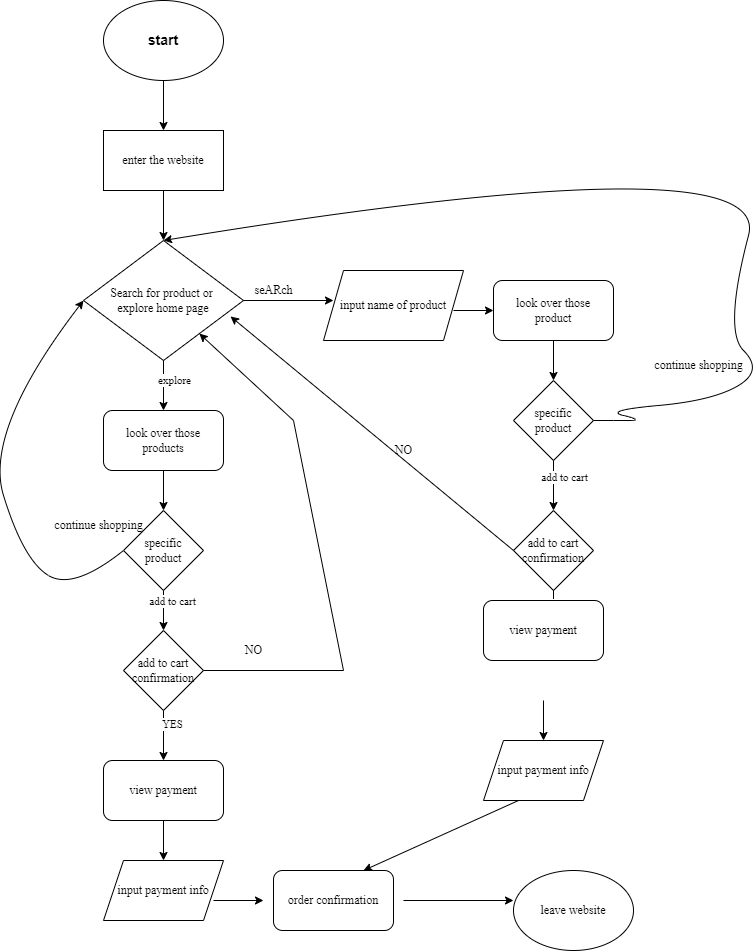
This is explore/diagramming/diagram.drawio.png from devPach4545/sp24-cse110-lab4, a draw.io export, as it was before one commit. Source tidied: cells renumbered, new cells last; positions are measured from the earlier drawing's top-left corner, leaving out a move shared by most shapes.
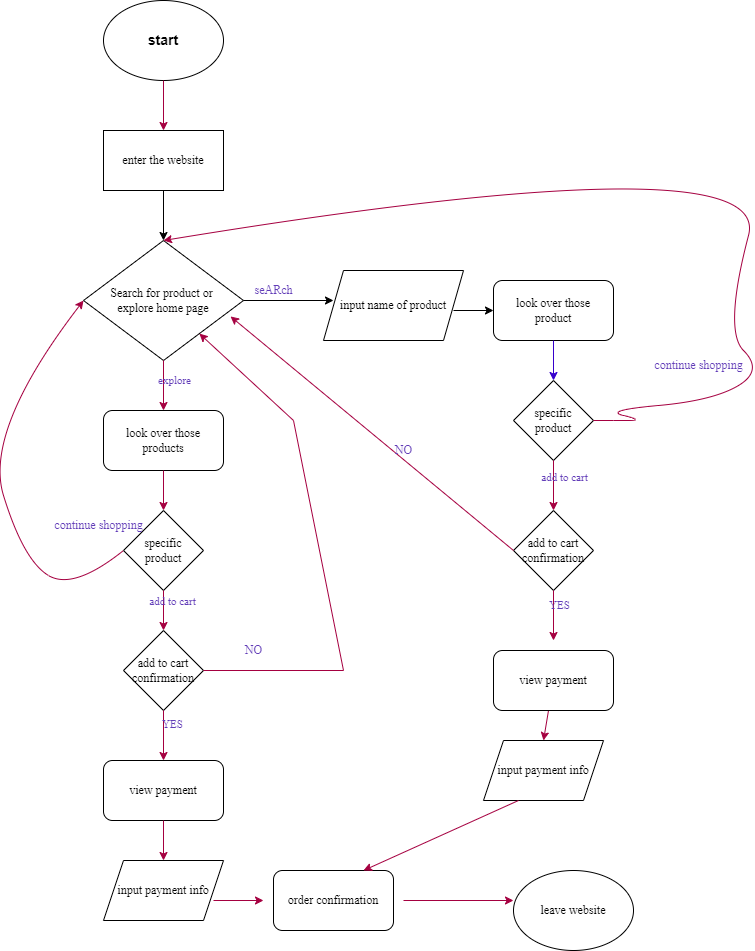
The same file after the commit.

What changed in the source:
```diff
@@ -1,11 +1,11 @@
-<mxGraphModel>
+<mxGraphModel background="#ffffff">
   <root>
     <mxCell id="0" />
     <mxCell id="1" parent="0" />
     <mxCell id="2" value="&lt;h3&gt;start&lt;/h3&gt;" style="ellipse;whiteSpace=wrap;html=1;" parent="1" vertex="1">
       <mxGeometry x="120" width="120" height="80" as="geometry" />
     </mxCell>
-    <mxCell id="3" style="endArrow=classic;html=1;" parent="1" edge="1">
+    <mxCell id="3" style="endArrow=classic;html=1;fillColor=#d80073;strokeColor=#A50040;" parent="1" edge="1">
       <mxGeometry relative="1" as="geometry">
         <mxPoint x="180" y="80" as="sourcePoint" />
         <mxPoint x="180" y="130" as="targetPoint" />
@@ -23,13 +23,13 @@
     <mxCell id="6" value="Search for product or&amp;nbsp;&lt;br&gt;explore home page" style="rhombus;whiteSpace=wrap;html=1;fontFamily=Times New Roman;" parent="1" vertex="1">
       <mxGeometry x="100" y="240" width="160" height="120" as="geometry" />
     </mxCell>
-    <mxCell id="7" style="endArrow=classic;html=1;fontFamily=Times New Roman;" parent="1" edge="1">
+    <mxCell id="7" style="endArrow=classic;html=1;fontFamily=Times New Roman;fillColor=#d80073;strokeColor=#A50040;" parent="1" edge="1">
       <mxGeometry relative="1" as="geometry">
         <mxPoint x="180" y="360" as="sourcePoint" />
         <mxPoint x="180" y="410" as="targetPoint" />
       </mxGeometry>
     </mxCell>
-    <mxCell id="8" value="explore&lt;br&gt;" style="edgeLabel;html=1;align=center;verticalAlign=middle;fontFamily=Times New Roman;" parent="7" vertex="1">
+    <mxCell id="8" value="explore&lt;br&gt;" style="edgeLabel;html=1;align=center;verticalAlign=middle;fontFamily=Times New Roman;fontColor=#623db8;labelBackgroundColor=none;" parent="7" vertex="1">
       <mxGeometry x="-0.24" y="10" relative="1" as="geometry" />
     </mxCell>
     <mxCell id="9" style="endArrow=classic;html=1;fontFamily=Times New Roman;" parent="1" edge="1">
@@ -38,7 +38,7 @@
         <mxPoint x="350" y="300" as="targetPoint" />
       </mxGeometry>
     </mxCell>
-    <mxCell id="10" value="seARch&lt;br&gt;" style="text;html=1;align=center;verticalAlign=middle;strokeColor=none;fillColor=none;fontFamily=Times New Roman;" parent="1" vertex="1">
+    <mxCell id="10" value="seARch&lt;br&gt;" style="text;html=1;align=center;verticalAlign=middle;strokeColor=none;fillColor=none;fontFamily=Times New Roman;fontColor=#623db8;labelBackgroundColor=none;" parent="1" vertex="1">
       <mxGeometry x="260" y="275" width="60" height="30" as="geometry" />
     </mxCell>
     <mxCell id="11" value="input name of product" style="shape=parallelogram;perimeter=parallelogramPerimeter;whiteSpace=wrap;html=1;fixedSize=1;fontFamily=Times New Roman;" parent="1" vertex="1">
@@ -53,7 +53,7 @@
     <mxCell id="13" value="look over those&lt;br&gt;product" style="rounded=1;whiteSpace=wrap;html=1;fontFamily=Times New Roman;" parent="1" vertex="1">
       <mxGeometry x="510" y="280" width="120" height="60" as="geometry" />
     </mxCell>
-    <mxCell id="14" style="endArrow=classic;html=1;fontFamily=Times New Roman;" parent="1" edge="1">
+    <mxCell id="14" style="endArrow=classic;html=1;fontFamily=Times New Roman;fillColor=#6a00ff;strokeColor=#3700CC;" parent="1" edge="1">
       <mxGeometry relative="1" as="geometry">
         <mxPoint x="570" y="340" as="sourcePoint" />
         <mxPoint x="570" y="380" as="targetPoint" />
@@ -68,21 +68,21 @@
     <mxCell id="17" value="specific&lt;br&gt;product" style="rhombus;whiteSpace=wrap;html=1;fontFamily=Times New Roman;" parent="1" vertex="1">
       <mxGeometry x="140" y="510" width="80" height="80" as="geometry" />
     </mxCell>
-    <mxCell id="18" style="endArrow=classic;html=1;fontFamily=Times New Roman;entryX=0.5;entryY=0;entryDx=0;entryDy=0;" parent="1" edge="1" target="17">
+    <mxCell id="18" style="endArrow=classic;html=1;fontFamily=Times New Roman;entryX=0.5;entryY=0;entryDx=0;entryDy=0;fillColor=#d80073;strokeColor=#A50040;" parent="1" edge="1" target="17">
       <mxGeometry relative="1" as="geometry">
         <mxPoint x="180" y="470" as="sourcePoint" />
       </mxGeometry>
     </mxCell>
-    <mxCell id="19" style="endArrow=classic;html=1;fontFamily=Times New Roman;" parent="1" edge="1">
+    <mxCell id="19" style="endArrow=classic;html=1;fontFamily=Times New Roman;fillColor=#d80073;strokeColor=#A50040;" parent="1" edge="1">
       <mxGeometry relative="1" as="geometry">
         <mxPoint x="180" y="590" as="sourcePoint" />
         <mxPoint x="180" y="630" as="targetPoint" />
       </mxGeometry>
     </mxCell>
-    <mxCell id="20" value="add to cart" style="edgeLabel;html=1;align=center;verticalAlign=middle;fontFamily=Times New Roman;" parent="19" vertex="1">
+    <mxCell id="20" value="add to cart" style="edgeLabel;html=1;align=center;verticalAlign=middle;fontFamily=Times New Roman;fontColor=#623db8;labelBackgroundColor=none;" parent="19" vertex="1">
       <mxGeometry x="-0.5" y="8" relative="1" as="geometry" />
     </mxCell>
-    <mxCell id="21" style="endArrow=classic;html=1;fontFamily=Times New Roman;" parent="1" edge="1">
+    <mxCell id="21" style="endArrow=classic;html=1;fontFamily=Times New Roman;fillColor=#d80073;strokeColor=#A50040;" parent="1" edge="1">
       <mxGeometry relative="1" as="geometry">
         <mxPoint x="570" y="460" as="sourcePoint" />
         <mxPoint x="570" y="510" as="targetPoint" />
@@ -93,13 +93,13 @@
         <mxPoint x="-8" y="76" as="offset" />
       </mxGeometry>
     </mxCell>
-    <mxCell id="23" value="add to cart" style="edgeLabel;html=1;align=center;verticalAlign=middle;fontFamily=Times New Roman;" parent="21" vertex="1">
+    <mxCell id="23" value="add to cart" style="edgeLabel;html=1;align=center;verticalAlign=middle;fontFamily=Times New Roman;fontColor=#623db8;labelBackgroundColor=none;" parent="21" vertex="1">
       <mxGeometry x="-0.36" y="10" relative="1" as="geometry" />
     </mxCell>
-    <mxCell id="24" value="continue shopping" style="text;html=1;align=center;verticalAlign=middle;strokeColor=none;fillColor=none;fontFamily=Times New Roman;" parent="1" vertex="1">
+    <mxCell id="24" value="continue shopping" style="text;html=1;align=center;verticalAlign=middle;strokeColor=none;fillColor=none;fontFamily=Times New Roman;fontColor=#623db8;labelBackgroundColor=none;" parent="1" vertex="1">
       <mxGeometry x="60" y="510" width="110" height="30" as="geometry" />
     </mxCell>
-    <mxCell id="25" style="curved=1;endArrow=classic;html=1;fontFamily=Times New Roman;entryX=0;entryY=0.5;entryDx=0;entryDy=0;" parent="1" edge="1" target="6">
+    <mxCell id="25" style="curved=1;endArrow=classic;html=1;fontFamily=Times New Roman;entryX=0;entryY=0.5;entryDx=0;entryDy=0;fillColor=#d80073;strokeColor=#A50040;" parent="1" edge="1" target="6">
       <mxGeometry relative="1" as="geometry">
         <mxPoint x="140" y="550" as="sourcePoint" />
         <Array as="points">
@@ -109,7 +109,7 @@
         </Array>
       </mxGeometry>
     </mxCell>
-    <mxCell id="26" style="curved=1;endArrow=classic;html=1;fontFamily=Times New Roman;entryX=0.5;entryY=0;entryDx=0;entryDy=0;" parent="1" edge="1" target="6">
+    <mxCell id="26" style="curved=1;endArrow=classic;html=1;fontFamily=Times New Roman;entryX=0.5;entryY=0;entryDx=0;entryDy=0;fillColor=#d80073;strokeColor=#A50040;" parent="1" edge="1" target="6">
       <mxGeometry relative="1" as="geometry">
         <mxPoint x="610" y="420" as="sourcePoint" />
         <Array as="points">
@@ -123,7 +123,7 @@
         </Array>
       </mxGeometry>
     </mxCell>
-    <mxCell id="27" value="continue shopping" style="text;html=1;align=center;verticalAlign=middle;strokeColor=none;fillColor=none;fontFamily=Times New Roman;" parent="1" vertex="1">
+    <mxCell id="27" value="continue shopping" style="text;html=1;align=center;verticalAlign=middle;strokeColor=none;fillColor=none;fontFamily=Times New Roman;fontColor=#623db8;labelBackgroundColor=none;" parent="1" vertex="1">
       <mxGeometry x="660" y="350" width="110" height="30" as="geometry" />
     </mxCell>
     <mxCell id="28" value="add to cart&lt;br&gt;confirmation" style="rhombus;whiteSpace=wrap;html=1;fontFamily=Times New Roman;" parent="1" vertex="1">
@@ -132,50 +132,50 @@
     <mxCell id="29" value="add to cart&lt;br&gt;confirmation" style="rhombus;whiteSpace=wrap;html=1;fontFamily=Times New Roman;" parent="1" vertex="1">
       <mxGeometry x="140" y="630" width="80" height="80" as="geometry" />
     </mxCell>
-    <mxCell id="30" style="endArrow=classic;html=1;fontFamily=Times New Roman;" parent="1" edge="1">
+    <mxCell id="30" style="endArrow=classic;html=1;fontFamily=Times New Roman;fillColor=#d80073;strokeColor=#A50040;" parent="1" edge="1">
       <mxGeometry relative="1" as="geometry">
         <mxPoint x="180" y="710" as="sourcePoint" />
         <mxPoint x="180" y="760" as="targetPoint" />
       </mxGeometry>
     </mxCell>
-    <mxCell id="31" value="YES" style="edgeLabel;html=1;align=center;verticalAlign=middle;fontFamily=Times New Roman;" parent="30" vertex="1">
+    <mxCell id="31" value="YES" style="edgeLabel;html=1;align=center;verticalAlign=middle;fontFamily=Times New Roman;fontColor=#623db8;labelBackgroundColor=none;" parent="30" vertex="1">
       <mxGeometry x="-0.48" y="8" relative="1" as="geometry" />
     </mxCell>
-    <mxCell id="32" style="endArrow=none;html=1;fontFamily=Times New Roman;" parent="1" edge="1">
+    <mxCell id="32" style="endArrow=none;html=1;fontFamily=Times New Roman;fillColor=#d80073;strokeColor=#A50040;" parent="1" edge="1">
       <mxGeometry relative="1" as="geometry">
         <mxPoint x="220" y="670" as="sourcePoint" />
         <mxPoint x="360" y="670" as="targetPoint" />
       </mxGeometry>
     </mxCell>
-    <mxCell id="33" style="endArrow=none;html=1;fontFamily=Times New Roman;" parent="1" edge="1">
+    <mxCell id="33" style="endArrow=none;html=1;fontFamily=Times New Roman;fillColor=#d80073;strokeColor=#A50040;" parent="1" edge="1">
       <mxGeometry relative="1" as="geometry">
         <mxPoint x="360" y="670" as="sourcePoint" />
         <mxPoint x="310" y="420" as="targetPoint" />
       </mxGeometry>
     </mxCell>
-    <mxCell id="34" style="endArrow=classic;html=1;fontFamily=Times New Roman;" parent="1" edge="1" target="6">
+    <mxCell id="34" style="endArrow=classic;html=1;fontFamily=Times New Roman;fillColor=#d80073;strokeColor=#A50040;" parent="1" edge="1" target="6">
       <mxGeometry relative="1" as="geometry">
         <mxPoint x="310" y="420" as="sourcePoint" />
       </mxGeometry>
     </mxCell>
-    <mxCell id="35" value="NO" style="text;html=1;align=center;verticalAlign=middle;strokeColor=none;fillColor=none;fontFamily=Times New Roman;" parent="1" vertex="1">
+    <mxCell id="35" value="NO" style="text;html=1;align=center;verticalAlign=middle;strokeColor=none;fillColor=none;fontFamily=Times New Roman;fontColor=#623db8;labelBackgroundColor=none;" parent="1" vertex="1">
       <mxGeometry x="250" y="635" width="40" height="30" as="geometry" />
     </mxCell>
-    <mxCell id="36" style="endArrow=classic;html=1;fontFamily=Times New Roman;" parent="1" edge="1">
+    <mxCell id="36" style="endArrow=classic;html=1;fontFamily=Times New Roman;fillColor=#d80073;strokeColor=#A50040;" parent="1" edge="1">
       <mxGeometry relative="1" as="geometry">
         <mxPoint x="570" y="590" as="sourcePoint" />
         <mxPoint x="570" y="640" as="targetPoint" />
       </mxGeometry>
     </mxCell>
-    <mxCell id="37" value="YES" style="edgeLabel;html=1;align=center;verticalAlign=middle;fontFamily=Times New Roman;" parent="36" vertex="1">
+    <mxCell id="37" value="YES" style="edgeLabel;html=1;align=center;verticalAlign=middle;fontFamily=Times New Roman;fontColor=#623db8;labelBackgroundColor=none;" parent="36" vertex="1">
       <mxGeometry x="-0.44" y="5" relative="1" as="geometry" />
     </mxCell>
-    <mxCell id="38" style="endArrow=classic;html=1;fontFamily=Times New Roman;entryX=0.919;entryY=0.633;entryDx=0;entryDy=0;entryPerimeter=0;" parent="1" edge="1" target="6">
+    <mxCell id="38" style="endArrow=classic;html=1;fontFamily=Times New Roman;entryX=0.919;entryY=0.633;entryDx=0;entryDy=0;entryPerimeter=0;fillColor=#d80073;strokeColor=#A50040;" parent="1" edge="1" target="6">
       <mxGeometry relative="1" as="geometry">
         <mxPoint x="530" y="550" as="sourcePoint" />
       </mxGeometry>
     </mxCell>
-    <mxCell id="39" value="NO" style="text;html=1;align=center;verticalAlign=middle;strokeColor=none;fillColor=none;fontFamily=Times New Roman;" parent="1" vertex="1">
+    <mxCell id="39" value="NO" style="text;html=1;align=center;verticalAlign=middle;strokeColor=none;fillColor=none;fontFamily=Times New Roman;fontColor=#623db8;labelBackgroundColor=none;" parent="1" vertex="1">
       <mxGeometry x="400" y="435" width="40" height="30" as="geometry" />
     </mxCell>
     <mxCell id="40" value="view payment" style="rounded=1;whiteSpace=wrap;html=1;fontFamily=Times New Roman;" parent="1" vertex="1">
@@ -190,32 +190,27 @@
     <mxCell id="43" value="input payment info" style="shape=parallelogram;perimeter=parallelogramPerimeter;whiteSpace=wrap;html=1;fixedSize=1;fontFamily=Times New Roman;" parent="1" vertex="1">
       <mxGeometry x="500" y="740" width="120" height="60" as="geometry" />
     </mxCell>
-    <mxCell id="44" style="endArrow=classic;html=1;fontFamily=Times New Roman;entryX=0.5;entryY=0;entryDx=0;entryDy=0;" parent="1" edge="1" target="42">
+    <mxCell id="44" style="endArrow=classic;html=1;fontFamily=Times New Roman;entryX=0.5;entryY=0;entryDx=0;entryDy=0;fillColor=#d80073;strokeColor=#A50040;" parent="1" edge="1" target="42">
       <mxGeometry relative="1" as="geometry">
         <mxPoint x="180" y="820" as="sourcePoint" />
       </mxGeometry>
     </mxCell>
-    <mxCell id="45" style="endArrow=classic;html=1;fontFamily=Times New Roman;entryX=0.5;entryY=0;entryDx=0;entryDy=0;" parent="1" edge="1" target="43">
-      <mxGeometry relative="1" as="geometry">
-        <mxPoint x="560" y="700" as="sourcePoint" />
-      </mxGeometry>
+    <mxCell id="45" style="endArrow=classic;html=1;fontFamily=Times New Roman;entryX=0.5;entryY=0;entryDx=0;entryDy=0;fillColor=#d80073;strokeColor=#A50040;startArrow=none;" parent="1" edge="1" source="48" target="43">
+      <mxGeometry relative="1" as="geometry" />
     </mxCell>
-    <mxCell id="46" style="endArrow=classic;html=1;fontFamily=Times New Roman;" parent="1" edge="1">
+    <mxCell id="46" style="endArrow=classic;html=1;fontFamily=Times New Roman;fillColor=#d80073;strokeColor=#A50040;" parent="1" edge="1">
       <mxGeometry relative="1" as="geometry">
         <mxPoint x="230" y="900" as="sourcePoint" />
         <mxPoint x="280" y="900" as="targetPoint" />
       </mxGeometry>
     </mxCell>
-    <mxCell id="47" style="endArrow=classic;html=1;fontFamily=Times New Roman;" parent="1" edge="1">
+    <mxCell id="47" style="endArrow=classic;html=1;fontFamily=Times New Roman;fillColor=#d80073;strokeColor=#A50040;" parent="1" edge="1">
       <mxGeometry relative="1" as="geometry">
         <mxPoint x="535" y="800" as="sourcePoint" />
         <mxPoint x="380" y="870" as="targetPoint" />
       </mxGeometry>
     </mxCell>
-    <mxCell id="48" value="view payment" style="rounded=1;whiteSpace=wrap;html=1;fontFamily=Times New Roman;" parent="1" vertex="1">
-      <mxGeometry x="500" y="600" width="120" height="60" as="geometry" />
-    </mxCell>
-    <mxCell id="49" style="endArrow=classic;html=1;fontFamily=Times New Roman;" parent="1" edge="1">
+    <mxCell id="49" style="endArrow=classic;html=1;fontFamily=Times New Roman;fillColor=#d80073;strokeColor=#A50040;" parent="1" edge="1">
       <mxGeometry relative="1" as="geometry">
         <mxPoint x="420" y="900" as="sourcePoint" />
         <mxPoint x="530" y="900" as="targetPoint" />
@@ -224,5 +219,13 @@
     <mxCell id="50" value="leave website" style="ellipse;whiteSpace=wrap;html=1;fontFamily=Times New Roman;" parent="1" vertex="1">
       <mxGeometry x="530" y="870" width="120" height="80" as="geometry" />
     </mxCell>
+    <mxCell id="51" style="endArrow=none;html=1;fontFamily=Times New Roman;entryX=0.5;entryY=0;entryDx=0;entryDy=0;fillColor=#d80073;strokeColor=#A50040;" parent="1" edge="1" target="48">
+      <mxGeometry relative="1" as="geometry">
+        <mxPoint x="560" y="680" as="sourcePoint" />
+      </mxGeometry>
+    </mxCell>
+    <mxCell id="48" value="view payment" style="rounded=1;whiteSpace=wrap;html=1;fontFamily=Times New Roman;" parent="1" vertex="1">
+      <mxGeometry x="510" y="650" width="120" height="60" as="geometry" />
+    </mxCell>
   </root>
 </mxGraphModel>
```
